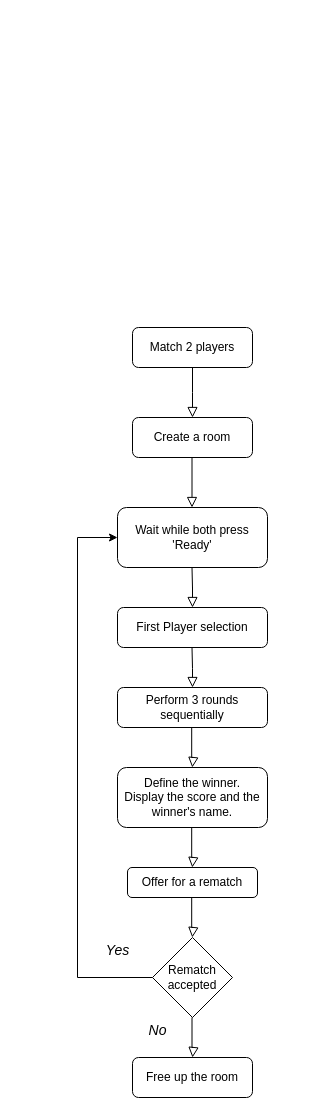
denalfek/Lucky-dices keeps this draw.io diagram as Lucky dices.drawio. Above is the earlier version. Source tidied: cells renumbered, new cells numbered last; positions are measured from the earlier drawing's top-left corner, leaving out a move shared by most shapes. Both pictures are drawn from the tidied source at 100%, with x=0, y=0 at pixel (67, 327).
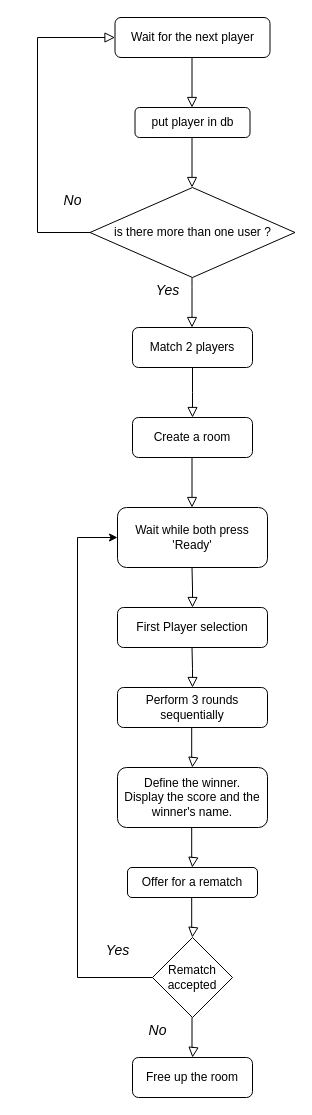
The same page after the edit.

Diff of the diagram source:
```diff
@@
+    <mxCell id="22" value="put player in db" style="rounded=1;whiteSpace=wrap;html=1;" parent="1" vertex="1">
+      <mxGeometry x="67.5" y="-220" width="115" height="30" as="geometry" />
+    </mxCell>
+    <mxCell id="23" value="is there more than one user ?" style="rhombus;whiteSpace=wrap;html=1;" parent="1" vertex="1">
+      <mxGeometry x="22.5" y="-140" width="205" height="90" as="geometry" />
+    </mxCell>
+    <mxCell id="24" style="rounded=0;html=1;jettySize=auto;orthogonalLoop=1;fontSize=11;endArrow=block;endFill=0;endSize=8;strokeWidth=1;shadow=0;labelBackgroundColor=none;edgeStyle=orthogonalEdgeStyle;" parent="1" edge="1">
+      <mxGeometry relative="1" as="geometry">
+        <mxPoint x="124.5" y="-50" as="sourcePoint" />
+        <mxPoint x="124.5" as="targetPoint" />
+        <Array as="points">
+          <mxPoint x="124.5" y="-40" />
+          <mxPoint x="124.5" y="-40" />
+        </Array>
+      </mxGeometry>
+    </mxCell>
+    <mxCell id="25" style="rounded=0;html=1;jettySize=auto;orthogonalLoop=1;fontSize=11;endArrow=block;endFill=0;endSize=8;strokeWidth=1;shadow=0;labelBackgroundColor=none;edgeStyle=orthogonalEdgeStyle;" parent="1" edge="1">
+      <mxGeometry relative="1" as="geometry">
+        <mxPoint x="124.5" y="-190" as="sourcePoint" />
+        <mxPoint x="124.5" y="-140" as="targetPoint" />
+      </mxGeometry>
+    </mxCell>
+    <mxCell id="26" value="&lt;font style=&quot;font-size: 14px; font-weight: normal;&quot;&gt;&lt;i&gt;Yes&lt;/i&gt;&lt;/font&gt; " style="text;strokeColor=none;fillColor=none;html=1;fontSize=24;fontStyle=1;verticalAlign=middle;align=center;" parent="1" vertex="1">
+      <mxGeometry x="50" y="-60" width="100" height="40" as="geometry" />
+    </mxCell>
+    <mxCell id="27" value="&lt;font style=&quot;font-size: 14px;&quot;&gt;&lt;i&gt;No&lt;/i&gt;&lt;/font&gt;" style="text;strokeColor=none;fillColor=none;html=1;fontSize=24;fontStyle=0;verticalAlign=middle;align=center;" parent="1" vertex="1">
+      <mxGeometry x="-50" y="-150" width="110" height="40" as="geometry" />
+    </mxCell>
+    <mxCell id="28" value="Wait for the next player" style="rounded=1;whiteSpace=wrap;html=1;" parent="1" vertex="1">
+      <mxGeometry x="47.5" y="-310" width="155" height="40" as="geometry" />
+    </mxCell>
+    <mxCell id="29" style="rounded=0;html=1;jettySize=auto;orthogonalLoop=1;fontSize=11;endArrow=block;endFill=0;endSize=8;strokeWidth=1;shadow=0;labelBackgroundColor=none;edgeStyle=orthogonalEdgeStyle;" parent="1" edge="1">
+      <mxGeometry relative="1" as="geometry">
+        <mxPoint x="124.5" y="-270" as="sourcePoint" />
+        <mxPoint x="124.5" y="-220" as="targetPoint" />
+      </mxGeometry>
+    </mxCell>
+    <mxCell id="30" style="rounded=0;html=1;jettySize=auto;fontSize=11;endArrow=block;endFill=0;endSize=8;strokeWidth=1;shadow=0;labelBackgroundColor=none;edgeStyle=orthogonalEdgeStyle;exitX=0;exitY=0.5;exitDx=0;exitDy=0;entryX=0;entryY=0.5;entryDx=0;entryDy=0;" parent="1" edge="1" source="23" target="28">
+      <mxGeometry relative="1" as="geometry">
+        <Array as="points">
+          <mxPoint x="-30" y="-95" />
+          <mxPoint x="-30" y="-290" />
+        </Array>
+      </mxGeometry>
+    </mxCell>
```
